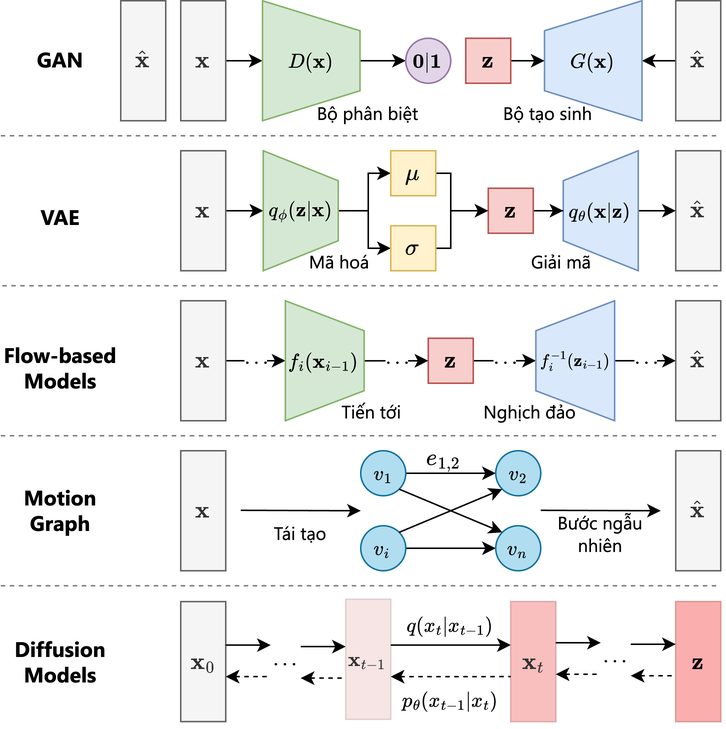
The draw.io diagram siggraph/images/GeneralOverview.png in DeepGesture/deepgesture.github.io, before a commit. Source tidied: cells renumbered, new cells last; positions are measured from the earlier drawing's top-left corner, leaving out a move shared by most shapes.
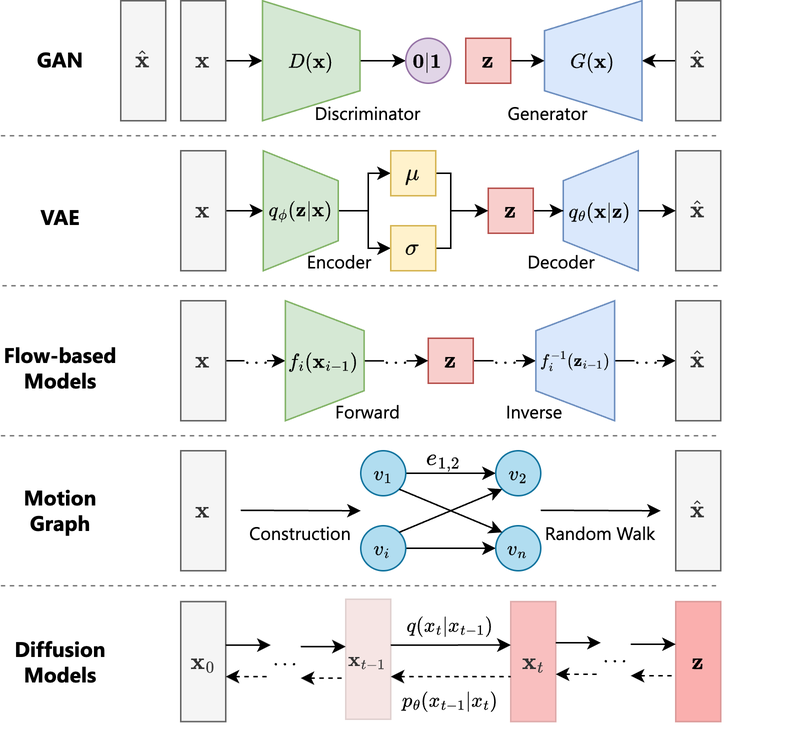
After the change.

The edit, as a diff of the source:
```diff
@@ -246,10 +246,10 @@
         <mxPoint x="450" y="450" as="targetPoint" />
       </mxGeometry>
     </mxCell>
-    <mxCell id="70" value="Tái tạo" style="text;html=1;align=center;verticalAlign=middle;whiteSpace=wrap;rounded=0;fontFamily=SVN-Segoe UI;" parent="1" vertex="1">
+    <mxCell id="70" value="Construction" style="text;html=1;align=center;verticalAlign=middle;whiteSpace=wrap;rounded=0;fontFamily=Segoe UI;" parent="1" vertex="1">
       <mxGeometry x="160" y="340" width="80" height="30" as="geometry" />
     </mxCell>
-    <mxCell id="71" value="Bước ngẫu nhiên" style="text;html=1;align=center;verticalAlign=middle;whiteSpace=wrap;rounded=0;fontFamily=SVN-Segoe UI;" parent="1" vertex="1">
+    <mxCell id="71" value="Random Walk" style="text;html=1;align=center;verticalAlign=middle;whiteSpace=wrap;rounded=0;fontFamily=Segoe UI;" parent="1" vertex="1">
       <mxGeometry x="360" y="340" width="80" height="30" as="geometry" />
     </mxCell>
     <mxCell id="72" value="$$q(x_{t} |x_{t-1})$$" style="text;html=1;align=center;verticalAlign=middle;whiteSpace=wrap;rounded=0;fontFamily=Segoe UI;" parent="1" vertex="1">
@@ -258,11 +258,11 @@
     <mxCell id="73" value="$$p_\theta (x_{t-1} |x_{t})$$" style="text;html=1;align=center;verticalAlign=middle;whiteSpace=wrap;rounded=0;fontFamily=Segoe UI;" parent="1" vertex="1">
       <mxGeometry x="260" y="455.6" width="80" height="20" as="geometry" />
     </mxCell>
-    <mxCell id="74" value="Tiến tới" style="text;html=1;align=center;verticalAlign=middle;whiteSpace=wrap;rounded=0;fontFamily=SVN-Segoe UI;" parent="1" vertex="1">
-      <mxGeometry x="215" y="259" width="65" height="30" as="geometry" />
+    <mxCell id="74" value="Forward" style="text;html=1;align=center;verticalAlign=middle;whiteSpace=wrap;rounded=0;fontFamily=Segoe UI;" parent="1" vertex="1">
+      <mxGeometry x="205" y="259" width="80" height="30" as="geometry" />
     </mxCell>
-    <mxCell id="75" value="Nghịch đảo" style="text;html=1;align=center;verticalAlign=middle;whiteSpace=wrap;rounded=0;fontFamily=SVN-Segoe UI;" parent="1" vertex="1">
-      <mxGeometry x="310" y="259" width="86" height="30" as="geometry" />
+    <mxCell id="75" value="Inverse" style="text;html=1;align=center;verticalAlign=middle;whiteSpace=wrap;rounded=0;fontFamily=Segoe UI;" parent="1" vertex="1">
+      <mxGeometry x="316" y="259" width="80" height="30" as="geometry" />
     </mxCell>
     <mxCell id="76" value="$$f_i(\mathbf{x}_{i-1})$$" style="text;html=1;align=center;verticalAlign=middle;whiteSpace=wrap;rounded=0;fontSize=12;fontFamily=Segoe UI;" parent="1" vertex="1">
       <mxGeometry x="196" y="225" width="38" height="30" as="geometry" />
@@ -282,16 +282,16 @@
     <mxCell id="81" value="$$q_{\theta}(\mathbf{x} | \mathbf{z})$$" style="text;html=1;align=center;verticalAlign=middle;whiteSpace=wrap;rounded=0;fontSize=12;fontFamily=Segoe UI;" parent="1" vertex="1">
       <mxGeometry x="381" y="125" width="38" height="30" as="geometry" />
     </mxCell>
-    <mxCell id="82" value="Bộ phân biệt" style="text;html=1;align=center;verticalAlign=middle;whiteSpace=wrap;rounded=0;fontFamily=SVN-Segoe UI;" parent="1" vertex="1">
+    <mxCell id="82" value="Discriminator" style="text;html=1;align=center;verticalAlign=middle;whiteSpace=wrap;rounded=0;fontFamily=Segoe UI;" parent="1" vertex="1">
       <mxGeometry x="205" y="60" width="80" height="30" as="geometry" />
     </mxCell>
-    <mxCell id="83" value="Bộ tạo sinh" style="text;html=1;align=center;verticalAlign=middle;whiteSpace=wrap;rounded=0;fontFamily=SVN-Segoe UI;" parent="1" vertex="1">
+    <mxCell id="83" value="Generator" style="text;html=1;align=center;verticalAlign=middle;whiteSpace=wrap;rounded=0;fontFamily=Segoe UI;" parent="1" vertex="1">
       <mxGeometry x="325" y="60" width="80" height="30" as="geometry" />
     </mxCell>
-    <mxCell id="84" value="Mã hoá" style="text;html=1;align=center;verticalAlign=middle;whiteSpace=wrap;rounded=0;fontFamily=SVN-Segoe UI;" parent="1" vertex="1">
+    <mxCell id="84" value="Encoder" style="text;html=1;align=center;verticalAlign=middle;whiteSpace=wrap;rounded=0;fontFamily=Segoe UI;" parent="1" vertex="1">
       <mxGeometry x="186" y="159" width="80" height="30" as="geometry" />
     </mxCell>
-    <mxCell id="85" value="Giải mã" style="text;html=1;align=center;verticalAlign=middle;whiteSpace=wrap;rounded=0;fontFamily=SVN-Segoe UI;" parent="1" vertex="1">
+    <mxCell id="85" value="Decoder" style="text;html=1;align=center;verticalAlign=middle;whiteSpace=wrap;rounded=0;fontFamily=Segoe UI;" parent="1" vertex="1">
       <mxGeometry x="334" y="159" width="80" height="30" as="geometry" />
     </mxCell>
     <mxCell id="86" style="endArrow=none;html=1;rounded=0;fontColor=#B3B3B3;dashed=1;strokeColor=#808080;" parent="1" edge="1">
```
